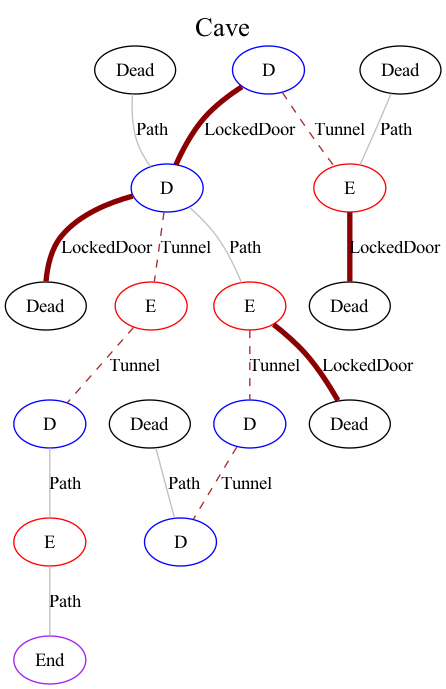
Above: graph.png in kelceydamage/go-rogue (Graphviz), before the change. Its source is kept beside it as graph.dot.
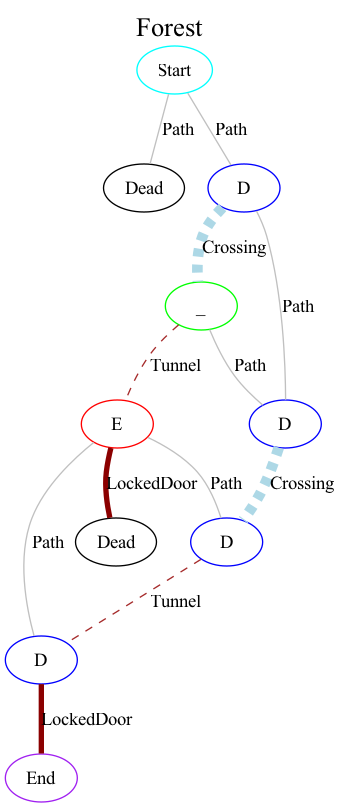
After the commit.

Diff of the diagram source:
```diff
@@ -2,56 +2,26 @@
   label="Forest";
   labelloc="t";
   fontsize="20";
-  11 [label="Dead", color="black"];
-  15 [label="E", color="red"];
+  7 [label="D", color="blue"];
+  8 [label="D", color="blue"];
+  0 [label="Start", color="cyan"];
+  2 [label="Dead", color="black"];
+  3 [label="_", color="green"];
+  5 [label="E", color="red"];
+  9 [label="End", color="purple"];
   1 [label="D", color="blue"];
-  2 [label="D", color="blue"];
-  5 [label="D", color="blue"];
-  8 [label="_", color="green"];
-  10 [label="Dead", color="black"];
-  13 [label="D", color="blue"];
-  4 [label="_", color="green"];
-  6 [label="E", color="red"];
-  7 [label="E", color="red"];
-  9 [label="_", color="green"];
-  14 [label="_", color="green"];
-  17 [label="D", color="blue"];
-  21 [label="End", color="purple"];
-  0 [label="Dead", color="black"];
-  12 [label="E", color="red"];
-  16 [label="_", color="green"];
-  18 [label="D", color="blue"];
-  19 [label="_", color="green"];
-  20 [label="E", color="red"];
-  3 [label="_", color="green"];
-  0 -- 19 [label="Path", color="gray", style="solid", penwidth="1"];
-  12 -- 14 [label="Path", color="gray", style="solid", penwidth="1"];
-  12 -- 13 [label="Path", color="gray", style="solid", penwidth="1"];
-  16 -- 18 [label="Path", color="gray", style="solid", penwidth="1"];
-  16 -- 19 [label="Path", color="gray", style="solid", penwidth="1"];
-  18 -- 20 [label="Tunnel", color="brown", style="dashed", penwidth="1"];
-  20 -- 21 [label="Path", color="gray", style="solid", penwidth="1"];
-  3 -- 5 [label="Path", color="gray", style="solid", penwidth="1"];
-  11 -- 12 [label="Path", color="gray", style="solid", penwidth="1"];
-  15 -- 17 [label="Path", color="gray", style="solid", penwidth="1"];
-  15 -- 18 [label="Crossing", color="lightblue", style="dashed", penwidth="8"];
+  4 [label="D", color="blue"];
+  6 [label="Dead", color="black"];
+  0 -- 2 [label="Path", color="gray", style="solid", penwidth="1"];
+  0 -- 1 [label="Path", color="gray", style="solid", penwidth="1"];
+  3 -- 5 [label="Tunnel", color="brown", style="dashed", penwidth="1"];
+  3 -- 4 [label="Path", color="gray", style="solid", penwidth="1"];
+  5 -- 7 [label="Path", color="gray", style="solid", penwidth="1"];
+  5 -- 6 [label="LockedDoor", color="darkred", style="bold", penwidth="4"];
+  5 -- 8 [label="Path", color="gray", style="solid", penwidth="1"];
+  1 -- 3 [label="Crossing", color="lightblue", style="dashed", penwidth="8"];
   1 -- 4 [label="Path", color="gray", style="solid", penwidth="1"];
-  1 -- 2 [label="Path", color="gray", style="solid", penwidth="1"];
-  2 -- 3 [label="Path", color="gray", style="solid", penwidth="1"];
-  2 -- 4 [label="Path", color="gray", style="solid", penwidth="1"];
-  5 -- 7 [label="Path", color="gray", style="solid", penwidth="1"];
-  8 -- 10 [label="Path", color="gray", style="solid", penwidth="1"];
-  13 -- 15 [label="Path", color="gray", style="solid", penwidth="1"];
-  13 -- 14 [label="Path", color="gray", style="solid", penwidth="1"];
-  13 -- 16 [label="Path", color="gray", style="solid", penwidth="1"];
-  4 -- 7 [label="Path", color="gray", style="solid", penwidth="1"];
-  4 -- 6 [label="Path", color="gray", style="solid", penwidth="1"];
-  6 -- 7 [label="Path", color="gray", style="solid", penwidth="1"];
-  7 -- 8 [label="LockedDoor", color="darkred", style="bold", penwidth="4"];
-  7 -- 9 [label="Path", color="gray", style="solid", penwidth="1"];
-  9 -- 12 [label="Path", color="gray", style="solid", penwidth="1"];
-  14 -- 17 [label="Crossing", color="lightblue", style="dashed", penwidth="8"];
-  14 -- 15 [label="Path", color="gray", style="solid", penwidth="1"];
-  17 -- 18 [label="Crossing", color="lightblue", style="dashed", penwidth="8"];
-  17 -- 20 [label="Tunnel", color="brown", style="dashed", penwidth="1"];
+  4 -- 7 [label="Crossing", color="lightblue", style="dashed", penwidth="8"];
+  7 -- 8 [label="Tunnel", color="brown", style="dashed", penwidth="1"];
+  8 -- 9 [label="LockedDoor", color="darkred", style="bold", penwidth="4"];
 }
```
